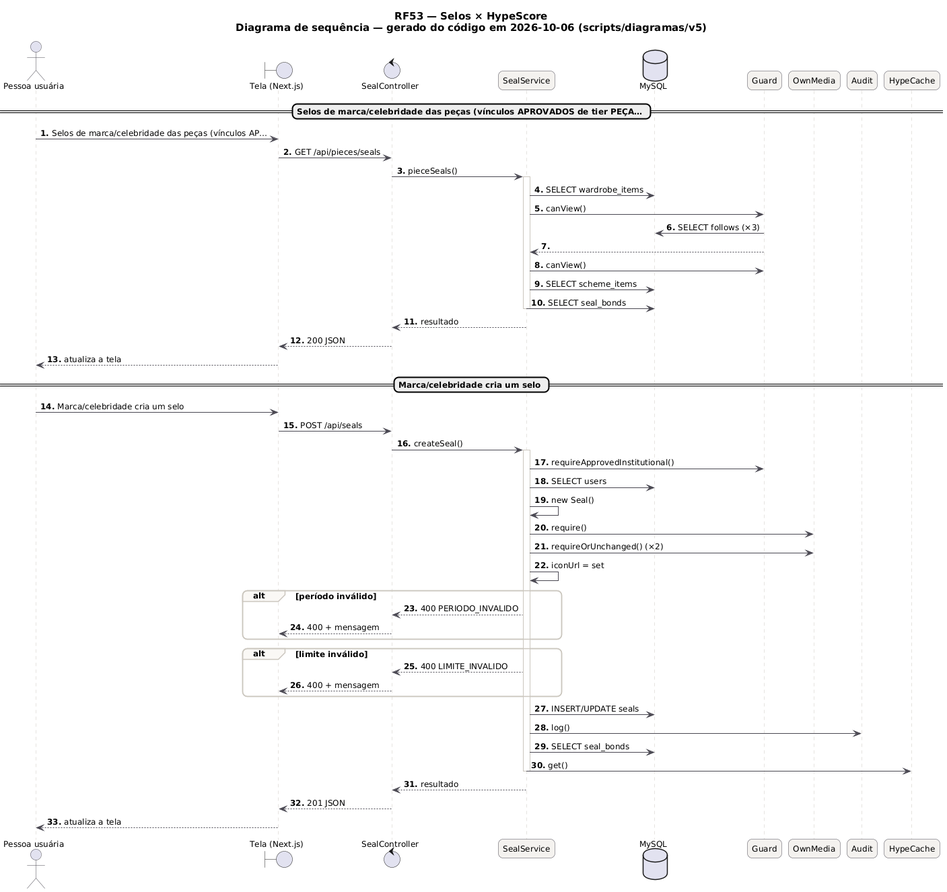
MatheusHaliski/tcc-2026-fashion-ai-backend keeps this PlantUML diagram as docs/diagramas/RF53/RF53_Sequencia_Selos.png. Above is the earlier version.
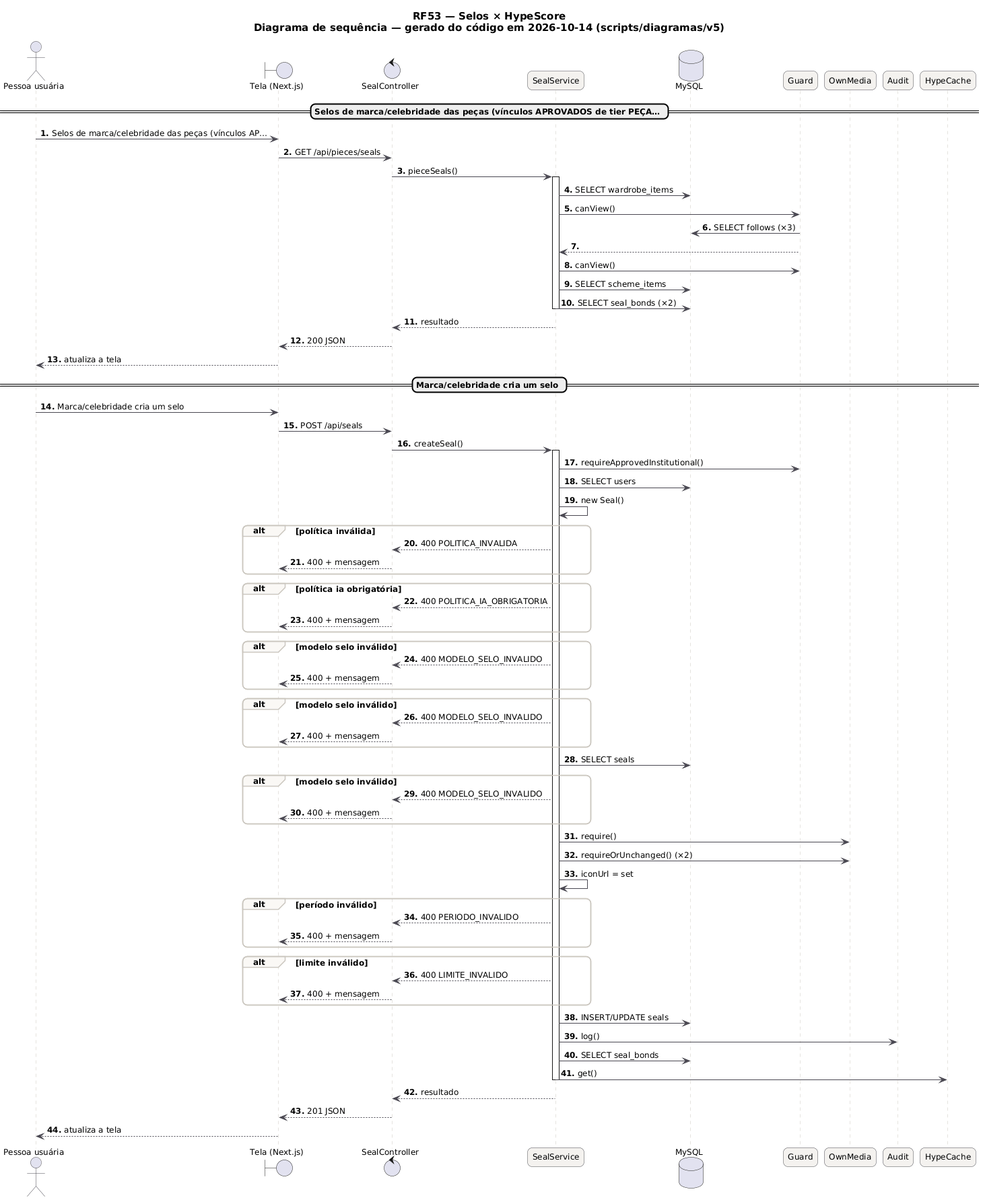
Later version of the same file.

The edit, as a diff of the source:
```diff
@@ -21,7 +21,7 @@
   GroupBackgroundColor #FAF8F5
 }
 autonumber "<b>0."
-title RF53 — Selos × HypeScore\nDiagrama de sequência — gerado do código em 2026-10-06 (scripts/diagramas/v5)
+title RF53 — Selos × HypeScore\nDiagrama de sequência — gerado do código em 2026-10-14 (scripts/diagramas/v5)
 
 actor "Pessoa usuária" as U
 boundary "Tela (Next.js)" as P
@@ -43,7 +43,7 @@
 Guard --> SealService
 SealService -> Guard : canView()
 SealService -> DB_MySQL : SELECT scheme_items
-SealService -> DB_MySQL : SELECT seal_bonds
+SealService -> DB_MySQL : SELECT seal_bonds (×2)
 deactivate SealService
 SealService --> SealController : resultado
 SealController --> P : 200 JSON
@@ -56,6 +56,27 @@
 SealService -> Guard : requireApprovedInstitutional()
 SealService -> DB_MySQL : SELECT users
 SealService -> SealService : new Seal()
+alt política inválida
+SealService --> SealController : 400 POLITICA_INVALIDA
+SealController --> P : 400 + mensagem
+end
+alt política ia obrigatória
+SealService --> SealController : 400 POLITICA_IA_OBRIGATORIA
+SealController --> P : 400 + mensagem
+end
+alt modelo selo inválido
+SealService --> SealController : 400 MODELO_SELO_INVALIDO
+SealController --> P : 400 + mensagem
+end
+alt modelo selo inválido
+SealService --> SealController : 400 MODELO_SELO_INVALIDO
+SealController --> P : 400 + mensagem
+end
+SealService -> DB_MySQL : SELECT seals
+alt modelo selo inválido
+SealService --> SealController : 400 MODELO_SELO_INVALIDO
+SealController --> P : 400 + mensagem
+end
 SealService -> OwnMedia : require()
 SealService -> OwnMedia : requireOrUnchanged() (×2)
 SealService -> SealService : iconUrl = set
```
